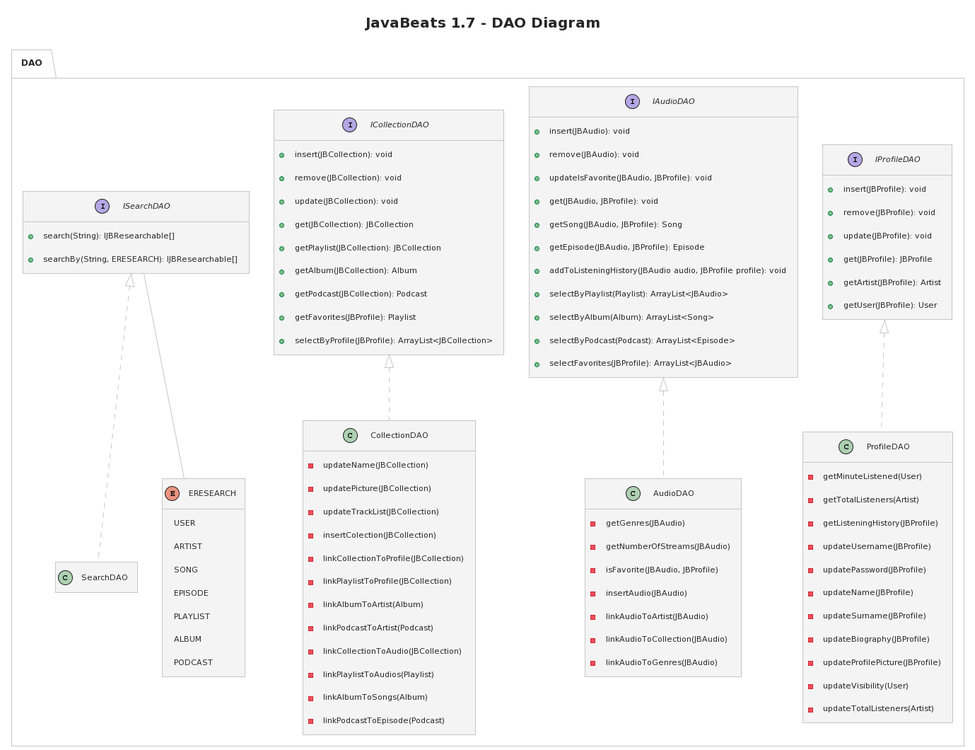
The PlantUML diagram doc/DAO/DAO_UML.png in IngSW-unipv/Progetto-B24, before a commit.
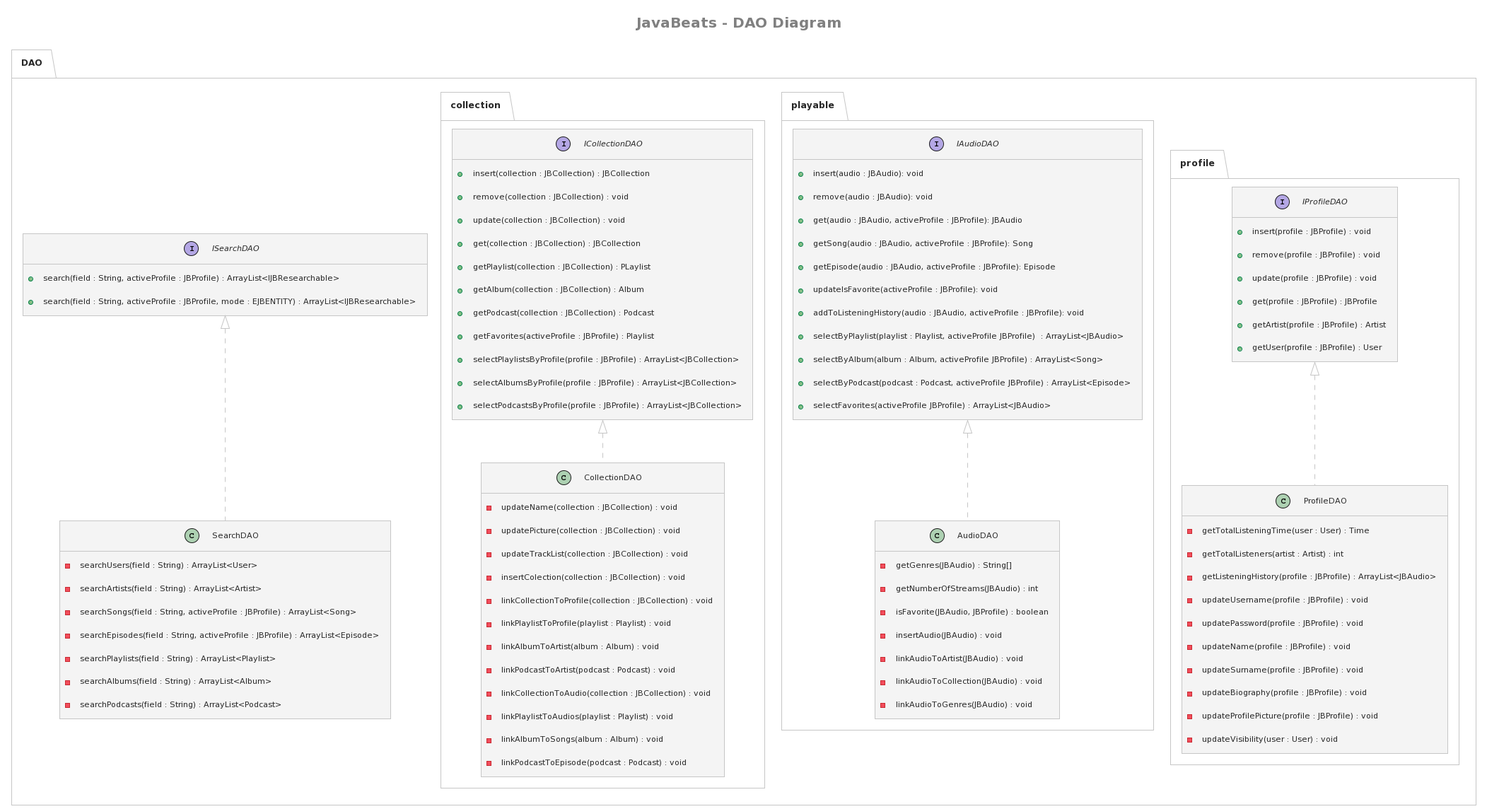
The same file after the commit.

The edit, as a diff of the source:
```diff
@@ -1,98 +1,119 @@
 @startuml
 !theme carbon-gray
 
-title JavaBeats 1.7 - DAO Diagram
+title  <color:grey>JavaBeats - DAO Diagram</color>
+
+!true = 1
+!false = 0
+!showPrivateMethods = true
 
 package DAO{
-  interface IProfileDAO{
-    + insert(JBProfile): void
-    + remove(JBProfile): void
-    + update(JBProfile): void
-    + get(JBProfile): JBProfile
-    + getArtist(JBProfile): Artist
-    + getUser(JBProfile): User
-  }
-  class ProfileDAO implements IProfileDAO{
-    - getMinuteListened(User)
-    - getTotalListeners(Artist)
-    - getListeningHistory(JBProfile)
-    - updateUsername(JBProfile)
-    - updatePassword(JBProfile)
-    - updateName(JBProfile)
-    - updateSurname(JBProfile)
-    - updateBiography(JBProfile)
-    - updateProfilePicture(JBProfile)
-    - updateVisibility(User)
-    - updateTotalListeners(Artist)
-  }
 
-  interface IAudioDAO{
-    + insert(JBAudio): void
-    + remove(JBAudio): void
-    + updateIsFavorite(JBAudio, JBProfile): void
-    + get(JBAudio, JBProfile): void
-    + getSong(JBAudio, JBProfile): Song
-    + getEpisode(JBAudio, JBProfile): Episode
-    + addToListeningHistory(JBAudio audio, JBProfile profile): void
-    + selectByPlaylist(Playlist): ArrayList<JBAudio>
-    + selectByAlbum(Album): ArrayList<Song>
-    + selectByPodcast(Podcast): ArrayList<Episode>
-    + selectFavorites(JBProfile): ArrayList<JBAudio>
-  }
-  class AudioDAO implements IAudioDAO{
-    - getGenres(JBAudio)
-    - getNumberOfStreams(JBAudio)
-    - isFavorite(JBAudio, JBProfile)
-    - insertAudio(JBAudio)
-    - linkAudioToArtist(JBAudio)
-    - linkAudioToCollection(JBAudio)
-    - linkAudioToGenres(JBAudio)
-  }
+    interface ISearchDAO{
+        + search(field : String, activeProfile : JBProfile) : ArrayList<IJBResearchable>
+        + search(field : String, activeProfile : JBProfile, mode : EJBENTITY) : ArrayList<IJBResearchable>
+    }
+    class SearchDAO implements ISearchDAO{
+        !if (showPrivateMethods)
+            - searchUsers(field : String) : ArrayList<User>
+            - searchArtists(field : String) : ArrayList<Artist>
+            - searchSongs(field : String, activeProfile : JBProfile) : ArrayList<Song>
+            - searchEpisodes(field : String, activeProfile : JBProfile) : ArrayList<Episode>
+            - searchPlaylists(field : String) : ArrayList<Playlist>
+            - searchAlbums(field : String) : ArrayList<Album>
+            - searchPodcasts(field : String) : ArrayList<Podcast>
+        !endif
+    }
 
-  interface ICollectionDAO{
-    + insert(JBCollection): void
-    + remove(JBCollection): void
-    + update(JBCollection): void
-    + get(JBCollection): JBCollection
-    + getPlaylist(JBCollection): JBCollection
-    + getAlbum(JBCollection): Album
-    + getPodcast(JBCollection): Podcast
-    + getFavorites(JBProfile): Playlist
-    + selectByProfile(JBProfile): ArrayList<JBCollection>
-  }
-  class CollectionDAO implements ICollectionDAO {
-    - updateName(JBCollection)
-    - updatePicture(JBCollection)
-    - updateTrackList(JBCollection)
-    - insertColection(JBCollection)
-    - linkCollectionToProfile(JBCollection)
-    - linkPlaylistToProfile(JBCollection)
-    - linkAlbumToArtist(Album)
-    - linkPodcastToArtist(Podcast)
-    - linkCollectionToAudio(JBCollection)
-    - linkPlaylistToAudios(Playlist)
-    - linkAlbumToSongs(Album)
-    - linkPodcastToEpisode(Podcast)
-  }
+    package profile{
+        interface IProfileDAO{
+            + insert(profile : JBProfile) : void
+            + remove(profile : JBProfile) : void
+            + update(profile : JBProfile) : void
+            + get(profile : JBProfile) : JBProfile
+            + getArtist(profile : JBProfile) : Artist
+            + getUser(profile : JBProfile) : User
+        }
+        class ProfileDAO implements IProfileDAO{
+            !if (showPrivateMethods)
+                - getTotalListeningTime(user : User) : Time
+                - getTotalListeners(artist : Artist) : int
+                - getListeningHistory(profile : JBProfile) : ArrayList<JBAudio>
+                - updateUsername(profile : JBProfile) : void
+                - updatePassword(profile : JBProfile) : void
+                - updateName(profile : JBProfile) : void
+                - updateSurname(profile : JBProfile) : void
+                - updateBiography(profile : JBProfile) : void
+                - updateProfilePicture(profile : JBProfile) : void
+                - updateVisibility(user : User) : void
+            !endif
+        }
+    }
 
-  interface ISearchDAO{
-    + search(String): IJBResearchable[]
-    + searchBy(String, ERESEARCH): IJBResearchable[]
-  }
-  class SearchDAO implements ISearchDAO{
-  }
+    package playable{
 
-  enum ERESEARCH {
-    USER
-    ARTIST
-    SONG
-    EPISODE
-    PLAYLIST
-    ALBUM
-    PODCAST
-  }
+        interface IAudioDAO{
+            + insert(audio : JBAudio): void
+            + remove(audio : JBAudio): void
+            + get(audio : JBAudio, activeProfile : JBProfile): JBAudio
+            + getSong(audio : JBAudio, activeProfile : JBProfile): Song
+            + getEpisode(audio : JBAudio, activeProfile : JBProfile): Episode
+            + updateIsFavorite(activeProfile : JBProfile): void
+            + addToListeningHistory(audio : JBAudio, activeProfile : JBProfile): void
+            + selectByPlaylist(playlist : Playlist, activeProfile JBProfile)  : ArrayList<JBAudio>
+            + selectByAlbum(album : Album, activeProfile JBProfile) : ArrayList<Song>
+            + selectByPodcast(podcast : Podcast, activeProfile JBProfile) : ArrayList<Episode>
+            + selectFavorites(activeProfile JBProfile) : ArrayList<JBAudio>
+        }
 
-    ISearchDAO -- ERESEARCH
+        class AudioDAO implements IAudioDAO{
+            !if (showPrivateMethods)
+                - getGenres(JBAudio) : String[]
+                - getNumberOfStreams(JBAudio) : int
+                - isFavorite(JBAudio, JBProfile) : boolean
+                - insertAudio(JBAudio) : void
+                - linkAudioToArtist(JBAudio) : void
+                - linkAudioToCollection(JBAudio) : void
+                - linkAudioToGenres(JBAudio) : void
+            !endif
+        }
+    }
+
+    package collection{
+
+        interface ICollectionDAO{
+            + insert(collection : JBCollection) : JBCollection
+            + remove(collection : JBCollection) : void
+            + update(collection : JBCollection) : void
+            + get(collection : JBCollection) : JBCollection
+            + getPlaylist(collection : JBCollection) : PLaylist
+            + getAlbum(collection : JBCollection) : Album
+            + getPodcast(collection : JBCollection) : Podcast
+            + getFavorites(activeProfile : JBProfile) : Playlist
+            + selectPlaylistsByProfile(profile : JBProfile) : ArrayList<JBCollection>
+            + selectAlbumsByProfile(profile : JBProfile) : ArrayList<JBCollection>
+            + selectPodcastsByProfile(profile : JBProfile) : ArrayList<JBCollection>
+        }
+
+        class CollectionDAO implements ICollectionDAO {
+            !if (showPrivateMethods)
+                - updateName(collection : JBCollection) : void
+                - updatePicture(collection : JBCollection) : void
+                - updateTrackList(collection : JBCollection) : void
+                - insertColection(collection : JBCollection) : void
+                - linkCollectionToProfile(collection : JBCollection) : void
+                - linkPlaylistToProfile(playlist : Playlist) : void
+                - linkAlbumToArtist(album : Album) : void
+                - linkPodcastToArtist(podcast : Podcast) : void
+                - linkCollectionToAudio(collection : JBCollection) : void
+                - linkPlaylistToAudios(playlist : Playlist) : void
+                - linkAlbumToSongs(album : Album) : void
+                - linkPodcastToEpisode(podcast : Podcast) : void
+            !endif
+        }
+    }
+
+
 
 }
 
```
